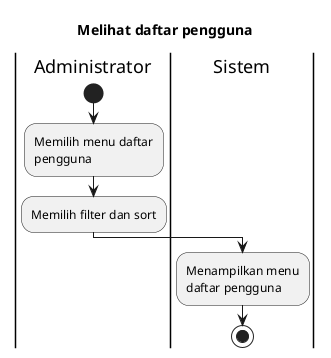
This is export/Activity Diagrams/UC-MGUSER - Manajemen Pengguna/UC-MGUSER-001 - Melihat daftar pengguna.png from bagusNA/appl-diagrams, a PlantUML export, as it was before one commit. Its diagram source:
```plantuml
@startuml
skinparam wrapWidth 140

title Melihat daftar pengguna

|Administrator|
start
:Memilih menu daftar pengguna;
:Memilih filter dan sort;

|Sistem|
:Menampilkan menu daftar pengguna;

stop
@enduml
```
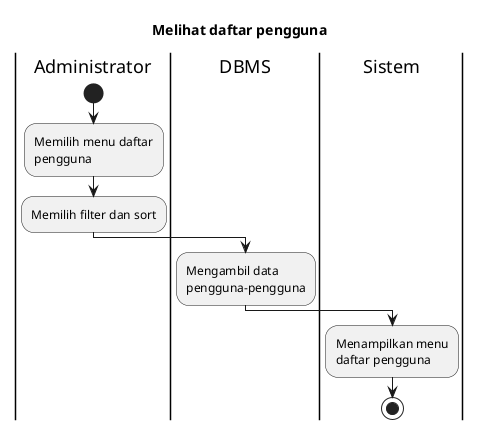
Above is the later version.

Change to the diagram source:
```diff
@@ -8,6 +8,9 @@
 :Memilih menu daftar pengguna;
 :Memilih filter dan sort;
 
+|DBMS|
+:Mengambil data pengguna-pengguna;
+
 |Sistem|
 :Menampilkan menu daftar pengguna;
 
```
